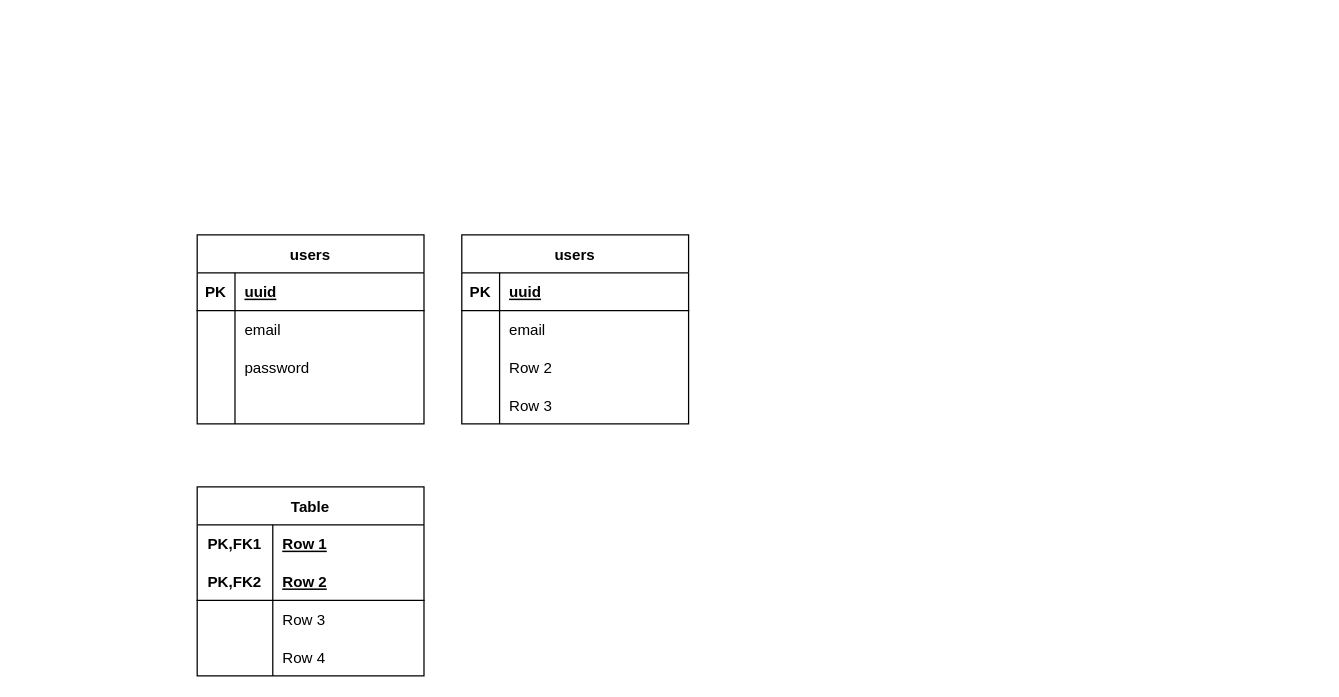
Before: db/diagram.drawio in HestiaEngineering/security, a draw.io diagram. Source tidied: cells renumbered, new cells numbered last; positions are measured from the earlier drawing's top-left corner, leaving out a move shared by most shapes. Both pictures are drawn from the tidied source at 126%, with x=0, y=0 at pixel (197, 234).
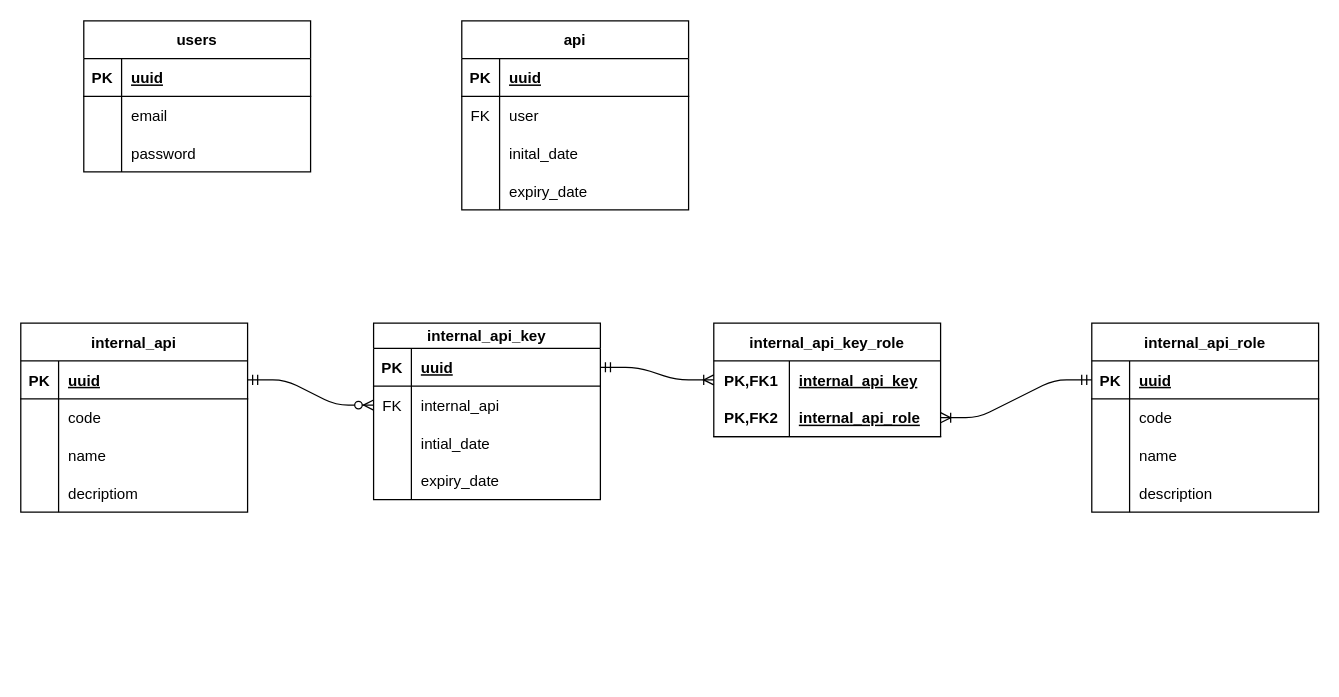
Above is the later version.

Unchanged cells that the change refers to:
```xml
<mxCell id="19" style="shape=tableRow;horizontal=0;startSize=0;swimlaneHead=0;swimlaneBody=0;fillColor=none;top=0;left=0;right=0;bottom=0;" parent="15" vertex="1">
  <mxGeometry y="60" width="180" height="30" as="geometry" />
</mxCell>
<mxCell id="22" style="shape=tableRow;horizontal=0;startSize=0;swimlaneHead=0;swimlaneBody=0;fillColor=none;top=0;left=0;right=0;bottom=0;" parent="15" vertex="1">
  <mxGeometry y="90" width="180" height="30" as="geometry" />
</mxCell>
<mxCell id="25" style="shape=tableRow;horizontal=0;startSize=0;swimlaneHead=0;swimlaneBody=0;fillColor=none;top=0;left=0;right=0;bottom=0;" parent="15" vertex="1">
  <mxGeometry y="120" width="180" height="30" as="geometry" />
</mxCell>
```

What changed in the source:
```diff
@@
     <mxCell id="2" value="users" style="shape=table;startSize=30;childLayout=tableLayout;rowLines=0;fontStyle=1;align=center;" parent="1" vertex="1">
-      <mxGeometry width="180" height="150" as="geometry" />
+      <mxGeometry x="-90" y="-170" width="180" height="120" as="geometry" />
     </mxCell>
@@
-    <mxCell id="12" style="shape=tableRow;horizontal=0;startSize=0;swimlaneHead=0;swimlaneBody=0;fillColor=none;top=0;left=0;right=0;bottom=0;" parent="2" vertex="1">
-      <mxGeometry y="120" width="180" height="30" as="geometry" />
-    </mxCell>
-    <mxCell id="13" style="shape=partialRectangle;fillColor=none;top=0;left=0;bottom=0;right=0;overflow=hidden;" parent="12" vertex="1">
-      <mxGeometry width="30" height="30" as="geometry" />
-    </mxCell>
-    <mxCell id="14" style="shape=partialRectangle;fillColor=none;top=0;left=0;bottom=0;right=0;align=left;spacingLeft=6;overflow=hidden;" parent="12" vertex="1">
-      <mxGeometry x="30" width="150" height="30" as="geometry" />
-    </mxCell>
-    <mxCell id="15" value="users" style="shape=table;startSize=30;childLayout=tableLayout;rowLines=0;fontStyle=1;align=center;" parent="1" vertex="1">
-      <mxGeometry x="210" width="180" height="150" as="geometry" />
+    <mxCell id="15" value="api" style="shape=table;startSize=30;childLayout=tableLayout;rowLines=0;fontStyle=1;align=center;" parent="1" vertex="1">
+      <mxGeometry x="210" y="-170" width="180" height="150" as="geometry" />
     </mxCell>
@@
-    <mxCell id="20" style="shape=partialRectangle;fillColor=none;top=0;left=0;bottom=0;right=0;overflow=hidden;" parent="19" vertex="1">
+    <mxCell id="20" value="FK" style="shape=partialRectangle;fillColor=none;top=0;left=0;bottom=0;right=0;overflow=hidden;" parent="19" vertex="1">
       <mxGeometry width="30" height="30" as="geometry" />
     </mxCell>
-    <mxCell id="21" value="email" style="shape=partialRectangle;fillColor=none;top=0;left=0;bottom=0;right=0;align=left;spacingLeft=6;overflow=hidden;" parent="19" vertex="1">
+    <mxCell id="21" value="user" style="shape=partialRectangle;fillColor=none;top=0;left=0;bottom=0;right=0;align=left;spacingLeft=6;overflow=hidden;" parent="19" vertex="1">
       <mxGeometry x="30" width="150" height="30" as="geometry" />
     </mxCell>
@@
-    <mxCell id="24" value="Row 2" style="shape=partialRectangle;fillColor=none;top=0;left=0;bottom=0;right=0;align=left;spacingLeft=6;overflow=hidden;" parent="22" vertex="1">
+    <mxCell id="24" value="inital_date" style="shape=partialRectangle;fillColor=none;top=0;left=0;bottom=0;right=0;align=left;spacingLeft=6;overflow=hidden;" parent="22" vertex="1">
       <mxGeometry x="30" width="150" height="30" as="geometry" />
     </mxCell>
@@
-    <mxCell id="27" value="Row 3" style="shape=partialRectangle;fillColor=none;top=0;left=0;bottom=0;right=0;align=left;spacingLeft=6;overflow=hidden;" parent="25" vertex="1">
+    <mxCell id="27" value="expiry_date" style="shape=partialRectangle;fillColor=none;top=0;left=0;bottom=0;right=0;align=left;spacingLeft=6;overflow=hidden;" parent="25" vertex="1">
       <mxGeometry x="30" width="150" height="30" as="geometry" />
     </mxCell>
-    <mxCell id="28" value="Table" style="shape=table;startSize=30;childLayout=tableLayout;rowLines=0;fontStyle=1;align=center;" parent="1" vertex="1">
-      <mxGeometry y="200" width="180" height="150" as="geometry" />
-    </mxCell>
+    <mxCell id="41" value="internal_api" style="shape=table;startSize=30;childLayout=tableLayout;rowLines=0;fontStyle=1;align=center;" parent="1" vertex="1">
+      <mxGeometry x="-140" y="70" width="180" height="150" as="geometry" />
+    </mxCell>
+    <mxCell id="42" style="shape=tableRow;horizontal=0;startSize=0;swimlaneHead=0;swimlaneBody=0;fillColor=none;points=[[0,0.5],[1,0.5]];portConstraint=eastwest;top=0;left=0;right=0;bottom=1;" parent="41" vertex="1">
+      <mxGeometry y="30" width="180" height="30" as="geometry" />
+    </mxCell>
+    <mxCell id="43" value="PK" style="shape=partialRectangle;fillColor=none;top=0;left=0;bottom=0;right=0;fontStyle=1;overflow=hidden;" parent="42" vertex="1">
+      <mxGeometry width="30" height="30" as="geometry" />
+    </mxCell>
+    <mxCell id="44" value="uuid" style="shape=partialRectangle;fillColor=none;top=0;left=0;bottom=0;right=0;align=left;spacingLeft=6;fontStyle=5;overflow=hidden;" parent="42" vertex="1">
+      <mxGeometry x="30" width="150" height="30" as="geometry" />
+    </mxCell>
+    <mxCell id="45" style="shape=tableRow;horizontal=0;startSize=0;swimlaneHead=0;swimlaneBody=0;fillColor=none;top=0;left=0;right=0;bottom=0;" parent="41" vertex="1">
+      <mxGeometry y="60" width="180" height="30" as="geometry" />
+    </mxCell>
+    <mxCell id="46" style="shape=partialRectangle;fillColor=none;top=0;left=0;bottom=0;right=0;overflow=hidden;" parent="45" vertex="1">
+      <mxGeometry width="30" height="30" as="geometry" />
+    </mxCell>
+    <mxCell id="47" value="code" style="shape=partialRectangle;fillColor=none;top=0;left=0;bottom=0;right=0;align=left;spacingLeft=6;overflow=hidden;" parent="45" vertex="1">
+      <mxGeometry x="30" width="150" height="30" as="geometry" />
+    </mxCell>
+    <mxCell id="48" style="shape=tableRow;horizontal=0;startSize=0;swimlaneHead=0;swimlaneBody=0;fillColor=none;top=0;left=0;right=0;bottom=0;" parent="41" vertex="1">
+      <mxGeometry y="90" width="180" height="30" as="geometry" />
+    </mxCell>
+    <mxCell id="49" style="shape=partialRectangle;fillColor=none;top=0;left=0;bottom=0;right=0;overflow=hidden;" parent="48" vertex="1">
+      <mxGeometry width="30" height="30" as="geometry" />
+    </mxCell>
+    <mxCell id="50" value="name" style="shape=partialRectangle;fillColor=none;top=0;left=0;bottom=0;right=0;align=left;spacingLeft=6;overflow=hidden;" parent="48" vertex="1">
+      <mxGeometry x="30" width="150" height="30" as="geometry" />
+    </mxCell>
+    <mxCell id="51" style="shape=tableRow;horizontal=0;startSize=0;swimlaneHead=0;swimlaneBody=0;fillColor=none;top=0;left=0;right=0;bottom=0;" parent="41" vertex="1">
+      <mxGeometry y="120" width="180" height="30" as="geometry" />
+    </mxCell>
+    <mxCell id="52" style="shape=partialRectangle;fillColor=none;top=0;left=0;bottom=0;right=0;overflow=hidden;" parent="51" vertex="1">
+      <mxGeometry width="30" height="30" as="geometry" />
+    </mxCell>
+    <mxCell id="53" value="decriptiom" style="shape=partialRectangle;fillColor=none;top=0;left=0;bottom=0;right=0;align=left;spacingLeft=6;overflow=hidden;" parent="51" vertex="1">
+      <mxGeometry x="30" width="150" height="30" as="geometry" />
+    </mxCell>
+    <mxCell id="54" value="internal_api_key" style="shape=table;startSize=20;childLayout=tableLayout;rowLines=0;fontStyle=1;align=center;" parent="1" vertex="1">
+      <mxGeometry x="140" y="70" width="180" height="140" as="geometry" />
+    </mxCell>
+    <mxCell id="55" style="shape=tableRow;horizontal=0;startSize=0;swimlaneHead=0;swimlaneBody=0;fillColor=none;points=[[0,0.5],[1,0.5]];portConstraint=eastwest;top=0;left=0;right=0;bottom=1;" parent="54" vertex="1">
+      <mxGeometry y="20" width="180" height="30" as="geometry" />
+    </mxCell>
+    <mxCell id="56" value="PK" style="shape=partialRectangle;fillColor=none;top=0;left=0;bottom=0;right=0;fontStyle=1;overflow=hidden;" parent="55" vertex="1">
+      <mxGeometry width="30" height="30" as="geometry" />
+    </mxCell>
+    <mxCell id="57" value="uuid" style="shape=partialRectangle;fillColor=none;top=0;left=0;bottom=0;right=0;align=left;spacingLeft=6;fontStyle=5;overflow=hidden;" parent="55" vertex="1">
+      <mxGeometry x="30" width="150" height="30" as="geometry" />
+    </mxCell>
+    <mxCell id="58" style="shape=tableRow;horizontal=0;startSize=0;swimlaneHead=0;swimlaneBody=0;fillColor=none;points=[[0,0.5],[1,0.5]];portConstraint=eastwest;top=0;left=0;right=0;bottom=0;" parent="54" vertex="1">
+      <mxGeometry y="50" width="180" height="30" as="geometry" />
+    </mxCell>
+    <mxCell id="59" value="FK" style="shape=partialRectangle;fillColor=none;top=0;left=0;bottom=0;right=0;overflow=hidden;" parent="58" vertex="1">
+      <mxGeometry width="30" height="30" as="geometry" />
+    </mxCell>
+    <mxCell id="60" value="internal_api" style="shape=partialRectangle;fillColor=none;top=0;left=0;bottom=0;right=0;align=left;spacingLeft=6;overflow=hidden;" parent="58" vertex="1">
+      <mxGeometry x="30" width="150" height="30" as="geometry" />
+    </mxCell>
+    <mxCell id="61" style="shape=tableRow;horizontal=0;startSize=0;swimlaneHead=0;swimlaneBody=0;fillColor=none;top=0;left=0;right=0;bottom=0;" parent="54" vertex="1">
+      <mxGeometry y="80" width="180" height="30" as="geometry" />
+    </mxCell>
+    <mxCell id="62" style="shape=partialRectangle;fillColor=none;top=0;left=0;bottom=0;right=0;overflow=hidden;" parent="61" vertex="1">
+      <mxGeometry width="30" height="30" as="geometry" />
+    </mxCell>
+    <mxCell id="63" value="intial_date" style="shape=partialRectangle;fillColor=none;top=0;left=0;bottom=0;right=0;align=left;spacingLeft=6;overflow=hidden;" parent="61" vertex="1">
+      <mxGeometry x="30" width="150" height="30" as="geometry" />
+    </mxCell>
+    <mxCell id="64" style="shape=tableRow;horizontal=0;startSize=0;swimlaneHead=0;swimlaneBody=0;fillColor=none;top=0;left=0;right=0;bottom=0;" parent="54" vertex="1">
+      <mxGeometry y="110" width="180" height="30" as="geometry" />
+    </mxCell>
+    <mxCell id="65" style="shape=partialRectangle;fillColor=none;top=0;left=0;bottom=0;right=0;overflow=hidden;" parent="64" vertex="1">
+      <mxGeometry width="30" height="30" as="geometry" />
+    </mxCell>
+    <mxCell id="66" value="expiry_date" style="shape=partialRectangle;fillColor=none;top=0;left=0;bottom=0;right=0;align=left;spacingLeft=6;overflow=hidden;" parent="64" vertex="1">
+      <mxGeometry x="30" width="150" height="30" as="geometry" />
+    </mxCell>
+    <mxCell id="67" value="internal_api_role" style="shape=table;startSize=30;childLayout=tableLayout;rowLines=0;fontStyle=1;align=center;" parent="1" vertex="1">
+      <mxGeometry x="710" y="70" width="180" height="150" as="geometry" />
+    </mxCell>
+    <mxCell id="68" style="shape=tableRow;horizontal=0;startSize=0;swimlaneHead=0;swimlaneBody=0;fillColor=none;points=[[0,0.5],[1,0.5]];portConstraint=eastwest;top=0;left=0;right=0;bottom=1;" parent="67" vertex="1">
+      <mxGeometry y="30" width="180" height="30" as="geometry" />
+    </mxCell>
+    <mxCell id="69" value="PK" style="shape=partialRectangle;fillColor=none;top=0;left=0;bottom=0;right=0;fontStyle=1;overflow=hidden;" parent="68" vertex="1">
+      <mxGeometry width="30" height="30" as="geometry" />
+    </mxCell>
+    <mxCell id="70" value="uuid" style="shape=partialRectangle;fillColor=none;top=0;left=0;bottom=0;right=0;align=left;spacingLeft=6;fontStyle=5;overflow=hidden;" parent="68" vertex="1">
+      <mxGeometry x="30" width="150" height="30" as="geometry" />
+    </mxCell>
+    <mxCell id="71" style="shape=tableRow;horizontal=0;startSize=0;swimlaneHead=0;swimlaneBody=0;fillColor=none;top=0;left=0;right=0;bottom=0;" parent="67" vertex="1">
+      <mxGeometry y="60" width="180" height="30" as="geometry" />
+    </mxCell>
+    <mxCell id="72" style="shape=partialRectangle;fillColor=none;top=0;left=0;bottom=0;right=0;overflow=hidden;" parent="71" vertex="1">
+      <mxGeometry width="30" height="30" as="geometry" />
+    </mxCell>
+    <mxCell id="73" value="code" style="shape=partialRectangle;fillColor=none;top=0;left=0;bottom=0;right=0;align=left;spacingLeft=6;overflow=hidden;" parent="71" vertex="1">
+      <mxGeometry x="30" width="150" height="30" as="geometry" />
+    </mxCell>
+    <mxCell id="74" style="shape=tableRow;horizontal=0;startSize=0;swimlaneHead=0;swimlaneBody=0;fillColor=none;top=0;left=0;right=0;bottom=0;" parent="67" vertex="1">
+      <mxGeometry y="90" width="180" height="30" as="geometry" />
+    </mxCell>
+    <mxCell id="75" style="shape=partialRectangle;fillColor=none;top=0;left=0;bottom=0;right=0;overflow=hidden;" parent="74" vertex="1">
+      <mxGeometry width="30" height="30" as="geometry" />
+    </mxCell>
+    <mxCell id="76" value="name" style="shape=partialRectangle;fillColor=none;top=0;left=0;bottom=0;right=0;align=left;spacingLeft=6;overflow=hidden;" parent="74" vertex="1">
+      <mxGeometry x="30" width="150" height="30" as="geometry" />
+    </mxCell>
+    <mxCell id="77" style="shape=tableRow;horizontal=0;startSize=0;swimlaneHead=0;swimlaneBody=0;fillColor=none;top=0;left=0;right=0;bottom=0;" parent="67" vertex="1">
+      <mxGeometry y="120" width="180" height="30" as="geometry" />
+    </mxCell>
+    <mxCell id="78" style="shape=partialRectangle;fillColor=none;top=0;left=0;bottom=0;right=0;overflow=hidden;" parent="77" vertex="1">
+      <mxGeometry width="30" height="30" as="geometry" />
+    </mxCell>
+    <mxCell id="79" value="description" style="shape=partialRectangle;fillColor=none;top=0;left=0;bottom=0;right=0;align=left;spacingLeft=6;overflow=hidden;" parent="77" vertex="1">
+      <mxGeometry x="30" width="150" height="30" as="geometry" />
+    </mxCell>
+    <mxCell id="80" value="internal_api_key_role" style="shape=table;startSize=30;childLayout=tableLayout;rowLines=0;fontStyle=1;align=center;" parent="1" vertex="1">
+      <mxGeometry x="410" y="70" width="180" height="90" as="geometry" />
+    </mxCell>
-    <mxCell id="29" style="shape=tableRow;horizontal=0;startSize=0;swimlaneHead=0;swimlaneBody=0;fillColor=none;points=[[0,0.5],[1,0.5]];portConstraint=eastwest;top=0;left=0;right=0;bottom=0;" parent="28" vertex="1">
+    <mxCell id="29" style="shape=tableRow;horizontal=0;startSize=0;swimlaneHead=0;swimlaneBody=0;fillColor=none;points=[[0,0.5],[1,0.5]];portConstraint=eastwest;top=0;left=0;right=0;bottom=0;" parent="80" vertex="1">
       <mxGeometry y="30" width="180" height="30" as="geometry" />
     </mxCell>
@@
-    <mxCell id="31" value="Row 1" style="shape=partialRectangle;fillColor=none;top=0;left=0;bottom=0;right=0;align=left;spacingLeft=6;fontStyle=5;overflow=hidden;" parent="29" vertex="1">
-      <mxGeometry x="60" width="120" height="30" as="geometry" />
-    </mxCell>
+    <mxCell id="81" value="internal_api_key" style="shape=partialRectangle;fillColor=none;top=0;left=0;bottom=0;right=0;align=left;spacingLeft=6;fontStyle=5;overflow=hidden;" parent="29" vertex="1">
+      <mxGeometry x="60" width="120" height="30" as="geometry" />
+    </mxCell>
-    <mxCell id="32" style="shape=tableRow;horizontal=0;startSize=0;swimlaneHead=0;swimlaneBody=0;fillColor=none;points=[[0,0.5],[1,0.5]];portConstraint=eastwest;top=0;left=0;right=0;bottom=1;" parent="28" vertex="1">
+    <mxCell id="32" style="shape=tableRow;horizontal=0;startSize=0;swimlaneHead=0;swimlaneBody=0;fillColor=none;points=[[0,0.5],[1,0.5]];portConstraint=eastwest;top=0;left=0;right=0;bottom=1;" parent="80" vertex="1">
       <mxGeometry y="60" width="180" height="30" as="geometry" />
     </mxCell>
@@
-    <mxCell id="34" value="Row 2" style="shape=partialRectangle;fillColor=none;top=0;left=0;bottom=0;right=0;align=left;spacingLeft=6;fontStyle=5;overflow=hidden;" parent="32" vertex="1">
-      <mxGeometry x="60" width="120" height="30" as="geometry" />
-    </mxCell>
-    <mxCell id="35" style="shape=tableRow;horizontal=0;startSize=0;swimlaneHead=0;swimlaneBody=0;fillColor=none;top=0;left=0;right=0;bottom=0;" parent="28" vertex="1">
-      <mxGeometry y="90" width="180" height="30" as="geometry" />
-    </mxCell>
-    <mxCell id="36" style="shape=partialRectangle;fillColor=none;top=0;left=0;bottom=0;right=0;overflow=hidden;" parent="35" vertex="1">
-      <mxGeometry width="60" height="30" as="geometry" />
-    </mxCell>
-    <mxCell id="37" value="Row 3" style="shape=partialRectangle;fillColor=none;top=0;left=0;bottom=0;right=0;align=left;spacingLeft=6;overflow=hidden;" parent="35" vertex="1">
-      <mxGeometry x="60" width="120" height="30" as="geometry" />
-    </mxCell>
-    <mxCell id="38" style="shape=tableRow;horizontal=0;startSize=0;swimlaneHead=0;swimlaneBody=0;fillColor=none;top=0;left=0;right=0;bottom=0;" parent="28" vertex="1">
-      <mxGeometry y="120" width="180" height="30" as="geometry" />
-    </mxCell>
-    <mxCell id="39" style="shape=partialRectangle;fillColor=none;top=0;left=0;bottom=0;right=0;overflow=hidden;" parent="38" vertex="1">
-      <mxGeometry width="60" height="30" as="geometry" />
-    </mxCell>
-    <mxCell id="40" value="Row 4" style="shape=partialRectangle;fillColor=none;top=0;left=0;bottom=0;right=0;align=left;spacingLeft=6;overflow=hidden;" parent="38" vertex="1">
-      <mxGeometry x="60" width="120" height="30" as="geometry" />
-    </mxCell>
+    <mxCell id="82" value="internal_api_role" style="shape=partialRectangle;fillColor=none;top=0;left=0;bottom=0;right=0;align=left;spacingLeft=6;fontStyle=5;overflow=hidden;" parent="32" vertex="1">
+      <mxGeometry x="60" width="120" height="30" as="geometry" />
+    </mxCell>
+    <mxCell id="83" style="edgeStyle=entityRelationEdgeStyle;fontSize=12;html=1;endArrow=ERzeroToMany;startArrow=ERmandOne;" parent="1" edge="1" source="42" target="58">
+      <mxGeometry relative="1" as="geometry" />
+    </mxCell>
+    <mxCell id="84" style="edgeStyle=entityRelationEdgeStyle;fontSize=12;html=1;endArrow=ERoneToMany;startArrow=ERmandOne;" parent="1" edge="1" source="55" target="29">
+      <mxGeometry relative="1" as="geometry" />
+    </mxCell>
+    <mxCell id="85" style="edgeStyle=entityRelationEdgeStyle;fontSize=12;html=1;endArrow=ERoneToMany;startArrow=ERmandOne;" parent="1" edge="1" source="68" target="32">
+      <mxGeometry relative="1" as="geometry" />
+    </mxCell>
```
